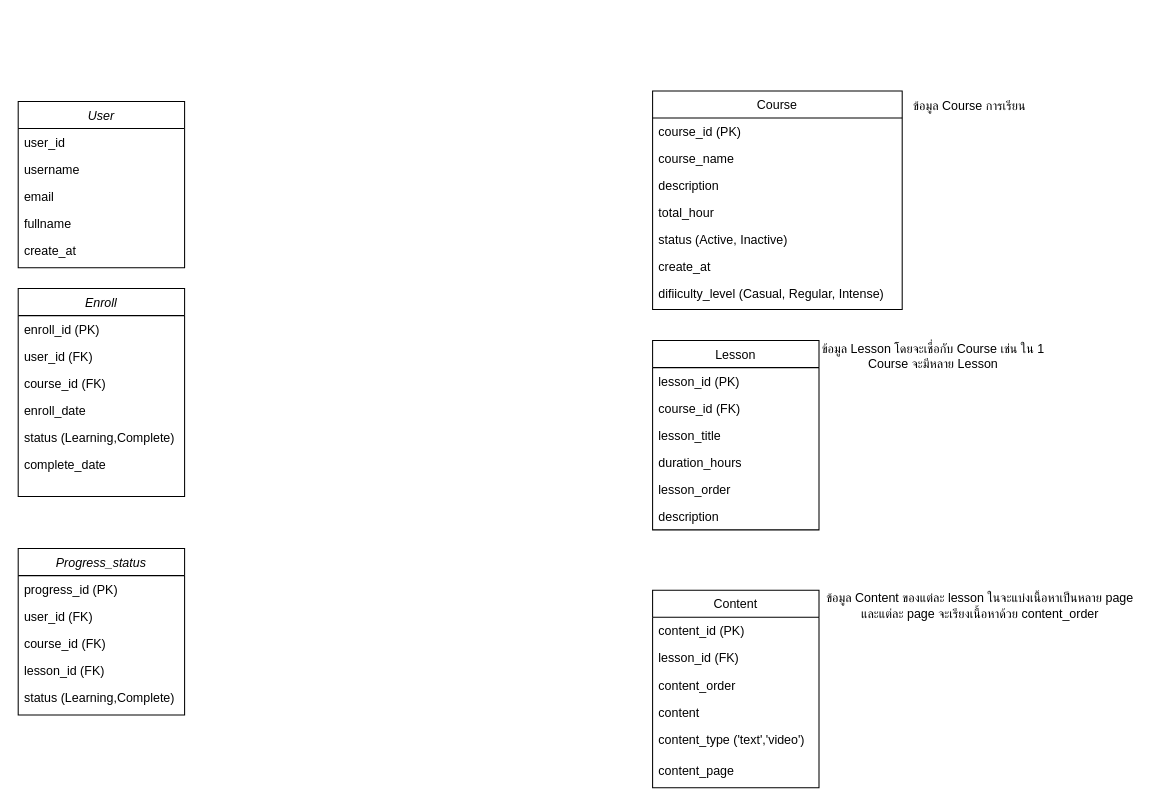
The draw.io diagram hi-hr-database.drawio in jongnidahub-001/Hai-Nida_LMS, before the edit. Source tidied: cells renumbered, new cells numbered last; positions are measured from the earlier drawing's top-left corner, leaving out a move shared by most shapes. Both pictures are drawn from the tidied source at 104%, with x=0, y=0 at pixel (18, 90).
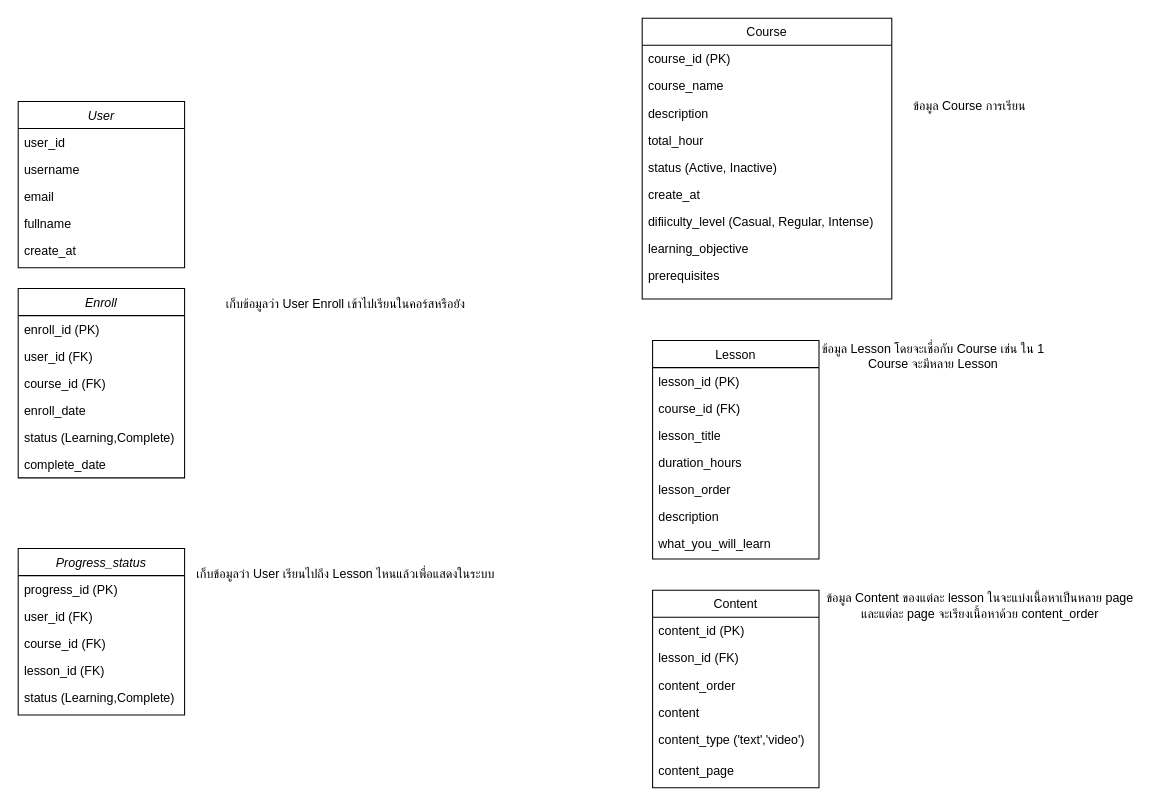
The same page after the edit.

The edit, as a diff of the source:
```diff
@@
     <mxCell id="8" value="Course" style="swimlane;fontStyle=0;align=center;verticalAlign=top;horizontal=1;startSize=26;rounded=0;shadow=0;strokeWidth=1;" parent="1" vertex="1">
-      <mxGeometry x="610" width="240" height="210" as="geometry" />
+      <mxGeometry x="600" y="-70" width="240" height="270" as="geometry" />
     </mxCell>
@@
+    <mxCell id="46" value="learning_objective" style="text;align=left;verticalAlign=top;spacingLeft=4;spacingRight=4;overflow=hidden;rounded=0;shadow=0;html=0;" parent="8" vertex="1">
+      <mxGeometry y="208" width="240" height="26" as="geometry" />
+    </mxCell>
+    <mxCell id="47" value="prerequisites" style="text;align=left;verticalAlign=top;spacingLeft=4;spacingRight=4;overflow=hidden;rounded=0;shadow=0;html=0;" parent="8" vertex="1">
+      <mxGeometry y="234" width="240" height="26" as="geometry" />
+    </mxCell>
     <mxCell id="16" value="Lesson" style="swimlane;fontStyle=0;align=center;verticalAlign=top;horizontal=1;startSize=26;rounded=0;shadow=0;strokeWidth=1;" parent="1" vertex="1">
-      <mxGeometry x="610" y="240" width="160" height="182" as="geometry" />
+      <mxGeometry x="610" y="240" width="160" height="210" as="geometry" />
     </mxCell>
@@
+    <mxCell id="48" value="what_you_will_learn" style="text;align=left;verticalAlign=top;spacingLeft=4;spacingRight=4;overflow=hidden;rounded=0;shadow=0;html=0;" parent="16" vertex="1">
+      <mxGeometry y="182" width="160" height="26" as="geometry" />
+    </mxCell>
@@
     <mxCell id="39" value="Enroll" style="swimlane;fontStyle=2;align=center;verticalAlign=top;horizontal=1;startSize=26;rounded=0;shadow=0;strokeWidth=1;" parent="1" vertex="1">
-      <mxGeometry y="190" width="160" height="200" as="geometry" />
+      <mxGeometry y="190" width="160" height="182" as="geometry" />
     </mxCell>
@@
+    <mxCell id="49" value="เก็บข้อมูลว่า User เรียนไปถึง Lesson ไหนแล้วเพื่อแสดงในระบบ" style="text;html=1;align=center;verticalAlign=middle;whiteSpace=wrap;rounded=0;" parent="1" vertex="1">
+      <mxGeometry x="170" y="450" width="290" height="30" as="geometry" />
+    </mxCell>
+    <mxCell id="50" value="เก็บข้อมูลว่า User Enroll เข้าไปเรียนในคอร์สหรือยัง" style="text;html=1;align=center;verticalAlign=middle;whiteSpace=wrap;rounded=0;" parent="1" vertex="1">
+      <mxGeometry x="170" y="190" width="290" height="30" as="geometry" />
+    </mxCell>
```
